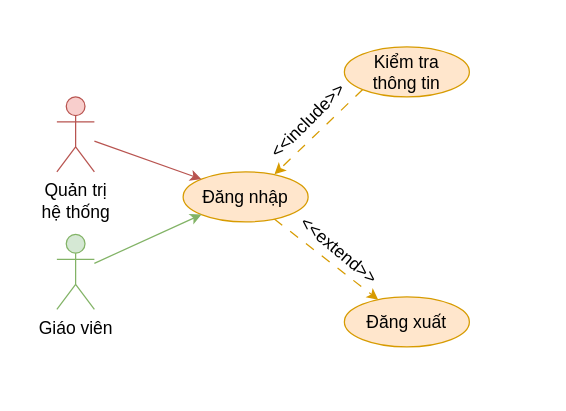
The draw.io diagram document/temp/draw/usecase_phanra/usecase_dangnhap.drawio in copecute/Edudex-Quiz, before the edit. Source tidied: cells renumbered, new cells numbered last; positions are measured from the earlier drawing's top-left corner, leaving out a move shared by most shapes. Both pictures are drawn from the tidied source at 125%, with x=0, y=0 at pixel (56, 46).
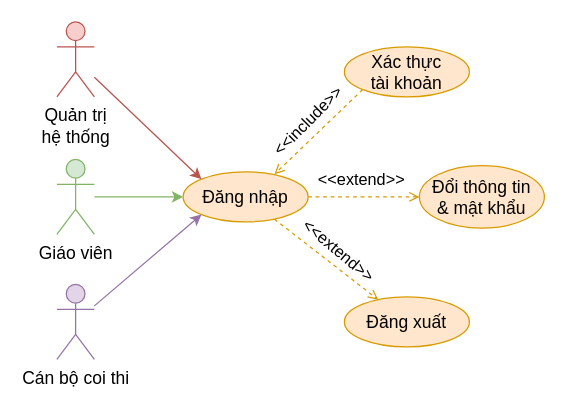
After the change.

Commit message (it also covers changes not shown here):
Docs: sửa usecase phân rã đến trang 100 (UC65)

What changed in the source:
```diff
@@
 <mxGraphModel>
   <root>
     <mxCell id="0" />
     <mxCell id="1" parent="0" />
-    <mxCell id="2" style="rounded=0;jettySize=auto;html=1;dashed=1;dashPattern=8 8;fillColor=#ffe6cc;strokeColor=#d79b00;fontSize=14;" parent="1" edge="1" source="3" target="6">
+    <mxCell id="2" style="rounded=0;jettySize=auto;html=1;dashed=1;fillColor=#ffe6cc;strokeColor=#d79b00;fontSize=14;endArrow=open;endFill=0;" parent="1" edge="1" source="3" target="6">
       <mxGeometry relative="1" as="geometry" />
     </mxCell>
+    <mxCell id="13" style="edgeStyle=orthogonalEdgeStyle;rounded=0;jettySize=auto;html=1;entryX=0;entryY=0.5;entryDx=0;entryDy=0;fillColor=#ffe6cc;strokeColor=#d79b00;dashed=1;endArrow=open;endFill=0;" parent="1" edge="1" source="3" target="16">
+      <mxGeometry relative="1" as="geometry" />
+    </mxCell>
     <mxCell id="3" value="Đăng nhập" style="ellipse;whiteSpace=wrap;html=1;fillColor=#ffe6cc;strokeColor=#d79b00;fontSize=14;" parent="1" vertex="1">
       <mxGeometry x="101" y="100" width="100" height="40" as="geometry" />
     </mxCell>
-    <mxCell id="4" style="rounded=0;jettySize=auto;html=1;exitX=0;exitY=1;exitDx=0;exitDy=0;entryX=0.731;entryY=0.047;entryDx=0;entryDy=0;fillColor=#ffe6cc;strokeColor=#d79b00;entryPerimeter=0;dashed=1;dashPattern=8 8;fontSize=14;" parent="1" edge="1" source="5" target="3">
+    <mxCell id="4" style="rounded=0;jettySize=auto;html=1;exitX=0;exitY=1;exitDx=0;exitDy=0;entryX=0.731;entryY=0.047;entryDx=0;entryDy=0;fillColor=#ffe6cc;strokeColor=#d79b00;entryPerimeter=0;dashed=1;fontSize=14;endArrow=open;endFill=0;" parent="1" edge="1" source="5" target="3">
       <mxGeometry relative="1" as="geometry" />
     </mxCell>
-    <mxCell id="5" value="Kiểm tra&lt;br style=&quot;font-size: 14px;&quot;&gt;thông tin" style="ellipse;whiteSpace=wrap;html=1;fillColor=#ffe6cc;strokeColor=#d79b00;fontSize=14;" parent="1" vertex="1">
+    <mxCell id="5" value="Xác thực&lt;br&gt;tài khoản" style="ellipse;whiteSpace=wrap;html=1;fillColor=#ffe6cc;strokeColor=#d79b00;fontSize=14;" parent="1" vertex="1">
       <mxGeometry x="230" width="100" height="40" as="geometry" />
     </mxCell>
     <mxCell id="6" value="Đăng xuất" style="ellipse;whiteSpace=wrap;html=1;fillColor=#ffe6cc;strokeColor=#d79b00;fontSize=14;" parent="1" vertex="1">
       <mxGeometry x="230" y="200" width="100" height="40" as="geometry" />
     </mxCell>
-    <mxCell id="7" value="&lt;font style=&quot;font-size: 14px;&quot;&gt;&amp;lt;&amp;lt;extend&amp;gt;&amp;gt;&lt;/font&gt;" style="text;html=1;strokeColor=none;fillColor=none;align=center;verticalAlign=middle;whiteSpace=wrap;rounded=0;rotation=40;fontSize=14;" parent="1" vertex="1">
+    <mxCell id="7" value="&lt;font style=&quot;font-size: 13px;&quot;&gt;&amp;lt;&amp;lt;extend&amp;gt;&amp;gt;&lt;/font&gt;" style="text;html=1;strokeColor=none;fillColor=none;align=center;verticalAlign=middle;whiteSpace=wrap;rounded=0;rotation=40;fontSize=13;" parent="1" vertex="1">
       <mxGeometry x="196" y="148" width="60" height="30" as="geometry" />
     </mxCell>
-    <mxCell id="8" value="&lt;font style=&quot;font-size: 14px;&quot;&gt;&amp;lt;&amp;lt;include&amp;gt;&amp;gt;&lt;/font&gt;" style="text;html=1;strokeColor=none;fillColor=none;align=center;verticalAlign=middle;whiteSpace=wrap;rounded=0;rotation=-45;fontSize=14;" parent="1" vertex="1">
+    <mxCell id="8" value="&lt;font style=&quot;font-size: 13px;&quot;&gt;&amp;lt;&amp;lt;include&amp;gt;&amp;gt;&lt;/font&gt;" style="text;html=1;strokeColor=none;fillColor=none;align=center;verticalAlign=middle;whiteSpace=wrap;rounded=0;rotation=-45;fontSize=13;" parent="1" vertex="1">
       <mxGeometry x="171" y="44" width="60" height="30" as="geometry" />
     </mxCell>
     <mxCell id="9" style="rounded=0;jettySize=auto;html=1;entryX=0;entryY=0;entryDx=0;entryDy=0;fillColor=#f8cecc;strokeColor=#b85450;fontSize=14;" parent="1" edge="1" source="10" target="3">
       <mxGeometry relative="1" as="geometry" />
     </mxCell>
     <mxCell id="10" value="Quản trị&lt;br&gt;hệ thống" style="shape=umlActor;verticalLabelPosition=bottom;verticalAlign=top;html=1;outlineConnect=0;fillColor=#f8cecc;strokeColor=#b85450;fontSize=14;" parent="1" vertex="1">
-      <mxGeometry y="40" width="30" height="60" as="geometry" />
+      <mxGeometry y="-20" width="30" height="60" as="geometry" />
     </mxCell>
-    <mxCell id="11" style="rounded=0;jettySize=auto;html=1;entryX=0;entryY=1;entryDx=0;entryDy=0;fillColor=#d5e8d4;strokeColor=#82b366;fontSize=14;" parent="1" edge="1" source="12" target="3">
+    <mxCell id="11" style="rounded=0;jettySize=auto;html=1;entryX=0;entryY=0.5;entryDx=0;entryDy=0;fillColor=#d5e8d4;strokeColor=#82b366;fontSize=14;" parent="1" edge="1" source="12" target="3">
       <mxGeometry relative="1" as="geometry" />
     </mxCell>
     <mxCell id="12" value="Giáo viên" style="shape=umlActor;verticalLabelPosition=bottom;verticalAlign=top;html=1;outlineConnect=0;fillColor=#d5e8d4;strokeColor=#82b366;fontSize=14;" parent="1" vertex="1">
-      <mxGeometry y="150" width="30" height="60" as="geometry" />
+      <mxGeometry y="90" width="30" height="60" as="geometry" />
     </mxCell>
+    <mxCell id="14" style="rounded=0;jettySize=auto;html=1;entryX=0;entryY=1;entryDx=0;entryDy=0;fillColor=#e1d5e7;strokeColor=#9673a6;" parent="1" edge="1" source="15" target="3">
+      <mxGeometry relative="1" as="geometry" />
+    </mxCell>
+    <mxCell id="15" value="Cán bộ coi thi" style="shape=umlActor;verticalLabelPosition=bottom;verticalAlign=top;html=1;outlineConnect=0;fillColor=#e1d5e7;strokeColor=#9673a6;fontSize=14;" parent="1" vertex="1">
+      <mxGeometry y="190" width="30" height="60" as="geometry" />
+    </mxCell>
+    <mxCell id="16" value="Đổi thông tin&lt;br&gt;&amp;amp; mật khẩu" style="ellipse;whiteSpace=wrap;html=1;fillColor=#ffe6cc;strokeColor=#d79b00;fontSize=14;" parent="1" vertex="1">
+      <mxGeometry x="290" y="95" width="100" height="50" as="geometry" />
+    </mxCell>
+    <mxCell id="17" value="&lt;font style=&quot;font-size: 13px;&quot;&gt;&amp;lt;&amp;lt;extend&amp;gt;&amp;gt;&lt;/font&gt;" style="text;html=1;strokeColor=none;fillColor=none;align=center;verticalAlign=middle;whiteSpace=wrap;rounded=0;rotation=0;fontSize=13;" parent="1" vertex="1">
+      <mxGeometry x="214" y="91" width="60" height="30" as="geometry" />
+    </mxCell>
   </root>
 </mxGraphModel>
```
